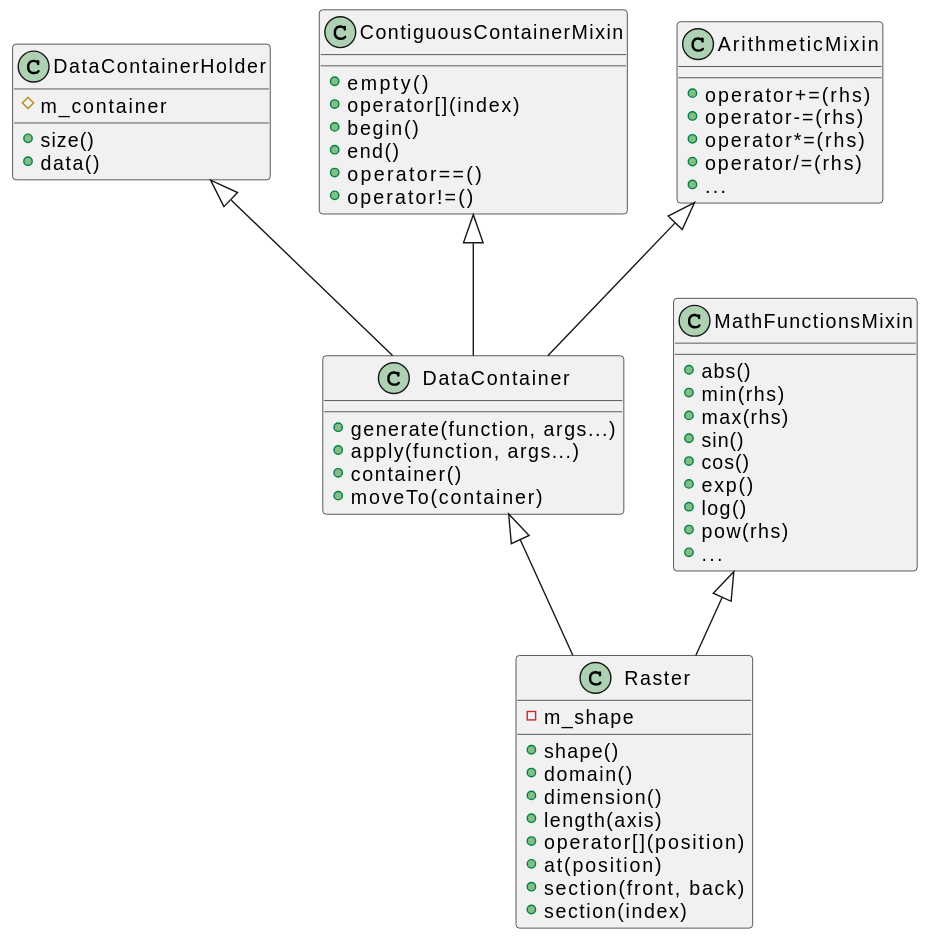
This is doc/diagrams/data_classes.svg from kabasset/Linx, a PlantUML export, as it was before one commit.
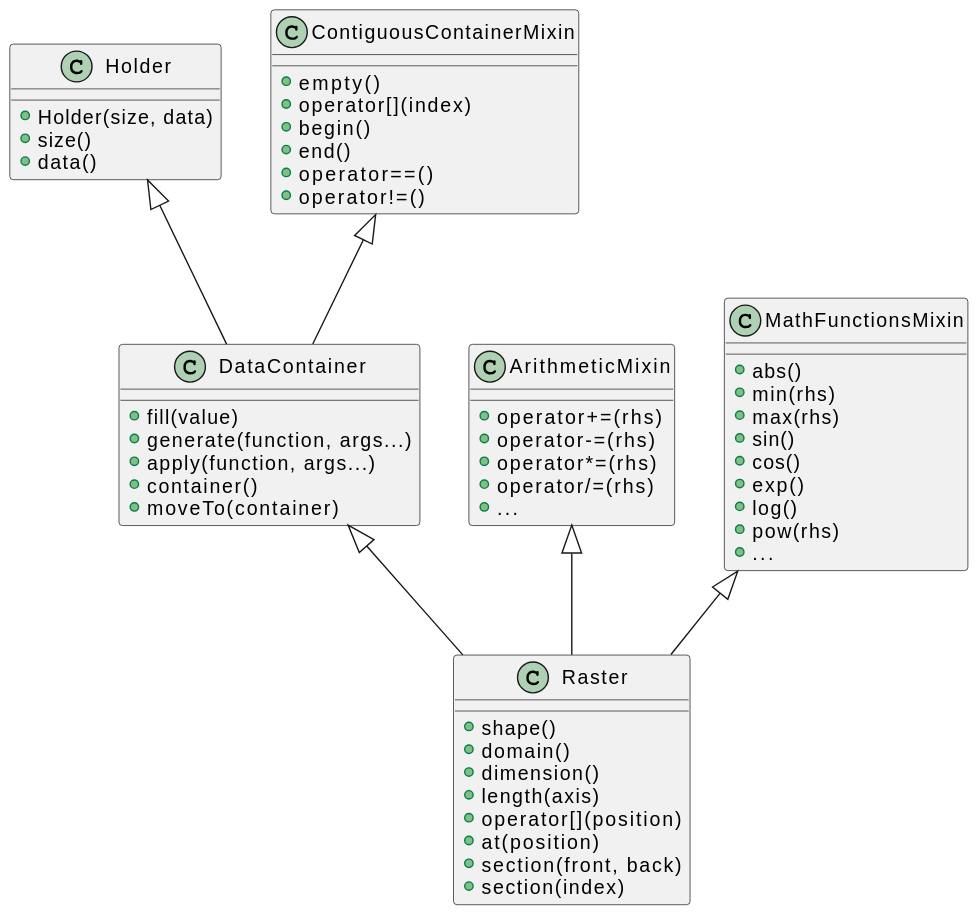
After the commit.

Diff of the diagram source:
```diff
@@ -1,11 +1,12 @@
 @startuml
-class DataContainerHolder {
-# m_container
+class Holder {
++ Holder(size, data)
 + size()
 + data()
 }
 
 class DataContainer {
++ fill(value)
 + generate(function, args...)
 + apply(function, args...)
 + container()
@@ -13,7 +14,6 @@
 }
 
 class Raster {
-- m_shape
 + shape()
 + domain()
 + dimension()
@@ -54,8 +54,8 @@
 }
 
 ContiguousContainerMixin <|-- DataContainer
-ArithmeticMixin <|-- DataContainer
-DataContainerHolder <|-- DataContainer
+Holder <|-- DataContainer
 DataContainer <|-- Raster
+ArithmeticMixin <|-- Raster
 MathFunctionsMixin <|-- Raster
 @enduml
```
